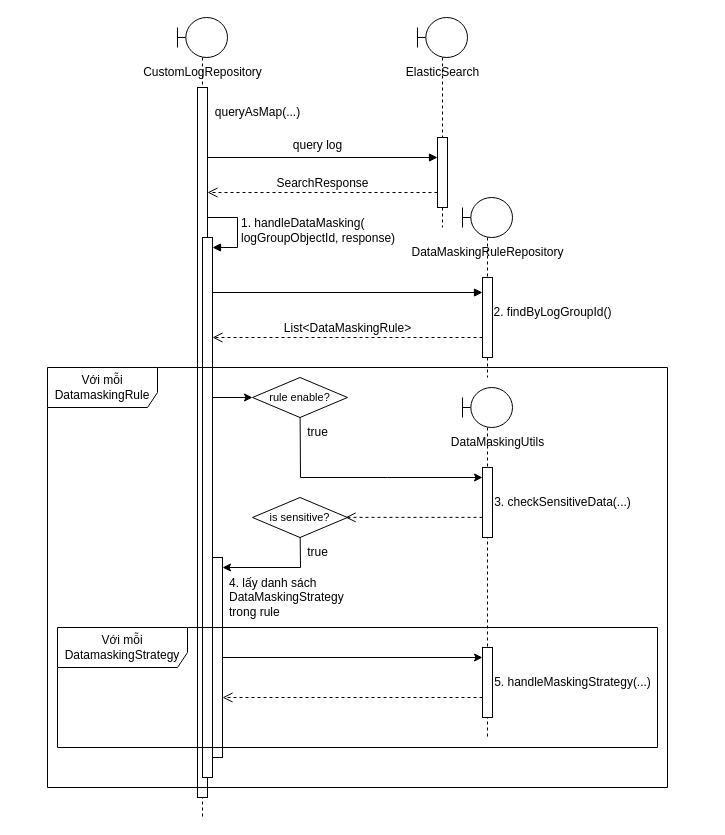
This is page "Trang-5" (5 of 5) of data masking.drawio from hiep1097/drawio, a draw.io file, before an edit. Source tidied: cells renumbered, new cells numbered last; positions are measured from the earlier drawing's top-left corner, leaving out a move shared by most shapes. Both pictures are drawn from the tidied source at 100%, with x=0, y=0 at pixel (47, 17).
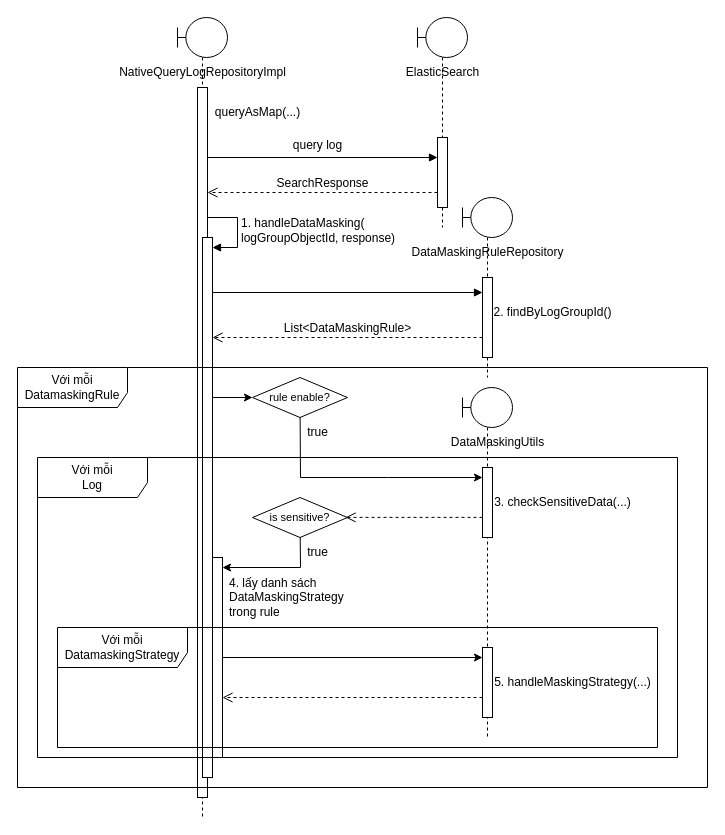
The same diagram, later.

Commit message:
Cập nhật data masking.drawio

What changed in the source:
```diff
@@
-    <mxCell id="7" value="CustomLogRepository" style="text;html=1;align=center;verticalAlign=middle;strokeColor=none;fillColor=none;fontSize=12;" parent="1" vertex="1">
-      <mxGeometry x="85" y="40" width="140" height="30" as="geometry" />
+    <mxCell id="7" value="NativeQueryLogRepositoryImpl" style="text;html=1;align=center;verticalAlign=middle;strokeColor=none;fillColor=none;fontSize=12;" parent="1" vertex="1">
+      <mxGeometry x="60" y="40" width="190" height="30" as="geometry" />
     </mxCell>
@@
     <mxCell id="38" value="Với mỗi&lt;br&gt;DatamaskingRule" style="shape=umlFrame;whiteSpace=wrap;html=1;width=110;height=40;" parent="1" vertex="1">
-      <mxGeometry y="350" width="620" height="420" as="geometry" />
+      <mxGeometry x="-30" y="350" width="690" height="420" as="geometry" />
     </mxCell>
@@
+    <mxCell id="40" value="Với mỗi&lt;br&gt;Log" style="shape=umlFrame;whiteSpace=wrap;html=1;width=110;height=40;" parent="1" vertex="1">
+      <mxGeometry x="-10" y="440" width="640" height="300" as="geometry" />
+    </mxCell>
```
